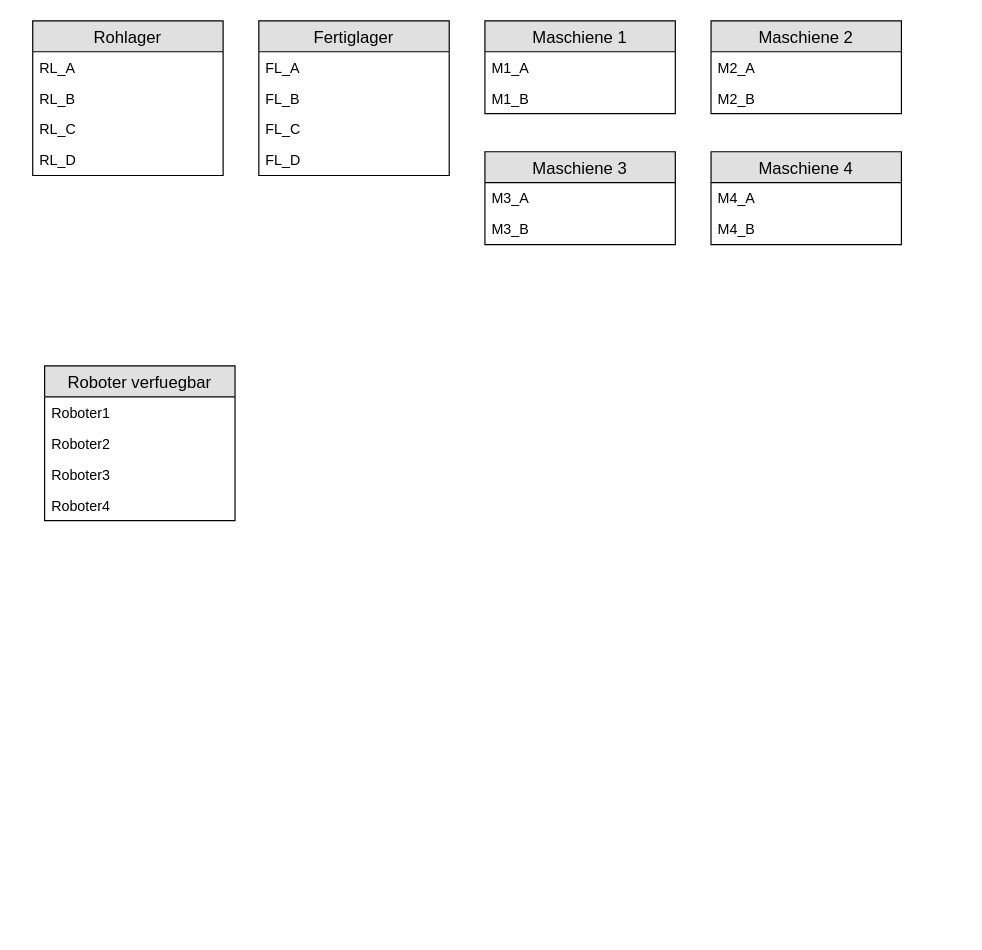
Earlier version of the draw.io diagram page "Page-2" (2 of 2) of Planung/ER_diagramme.drawio (Nuramon4/Gewerk1). Source tidied: cells renumbered, new cells numbered last; positions are measured from the earlier drawing's top-left corner, leaving out a move shared by most shapes. Both pictures are drawn from the tidied source at 119%, with x=0, y=0 at pixel (32, 20).
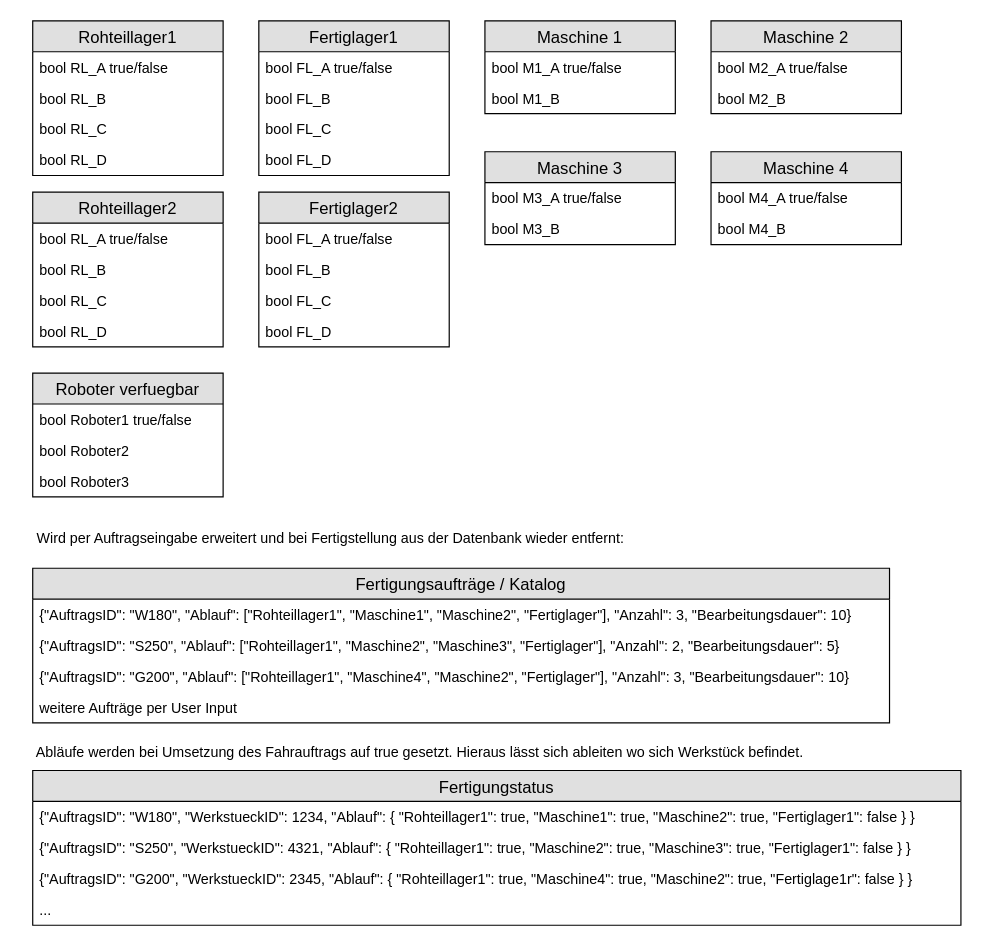
After the change.

Commit message (it also covers changes not shown here):
alternatives KLD hinzugefpgt, Fahraufträge einzeln, ER-Diagramm erweitert, sontige Anpassungen

Change to the diagram source:
```diff
@@
-    <mxCell id="2" value="Rohlager" style="swimlane;fontStyle=0;horizontal=1;startSize=26;fillColor=#e0e0e0;swimlaneFillColor=#ffffff;align=center;fontSize=14;" parent="1" vertex="1">
+    <mxCell id="2" value="Rohteillager1" style="swimlane;fontStyle=0;horizontal=1;startSize=26;fillColor=#e0e0e0;swimlaneFillColor=#ffffff;align=center;fontSize=14;" parent="1" vertex="1">
       <mxGeometry width="160" height="130" as="geometry" />
     </mxCell>
-    <mxCell id="3" value="RL_A" style="text;strokeColor=none;fillColor=none;spacingLeft=4;spacingRight=4;overflow=hidden;fontSize=12;" parent="2" vertex="1">
+    <mxCell id="3" value="bool RL_A true/false" style="text;strokeColor=none;fillColor=none;spacingLeft=4;spacingRight=4;overflow=hidden;fontSize=12;" parent="2" vertex="1">
       <mxGeometry y="26" width="160" height="26" as="geometry" />
     </mxCell>
-    <mxCell id="4" value="RL_B" style="text;strokeColor=none;fillColor=none;spacingLeft=4;spacingRight=4;overflow=hidden;fontSize=12;" parent="2" vertex="1">
+    <mxCell id="4" value="bool RL_B" style="text;strokeColor=none;fillColor=none;spacingLeft=4;spacingRight=4;overflow=hidden;fontSize=12;" parent="2" vertex="1">
       <mxGeometry y="52" width="160" height="26" as="geometry" />
     </mxCell>
-    <mxCell id="5" value="RL_C" style="text;strokeColor=none;fillColor=none;spacingLeft=4;spacingRight=4;overflow=hidden;fontSize=12;" parent="2" vertex="1">
+    <mxCell id="5" value="bool RL_C" style="text;strokeColor=none;fillColor=none;spacingLeft=4;spacingRight=4;overflow=hidden;fontSize=12;" parent="2" vertex="1">
       <mxGeometry y="78" width="160" height="26" as="geometry" />
     </mxCell>
-    <mxCell id="6" value="RL_D" style="text;strokeColor=none;fillColor=none;spacingLeft=4;spacingRight=4;overflow=hidden;fontSize=12;" parent="2" vertex="1">
+    <mxCell id="6" value="bool RL_D" style="text;strokeColor=none;fillColor=none;spacingLeft=4;spacingRight=4;overflow=hidden;fontSize=12;" parent="2" vertex="1">
       <mxGeometry y="104" width="160" height="26" as="geometry" />
     </mxCell>
-    <mxCell id="7" value="Fertiglager" style="swimlane;fontStyle=0;horizontal=1;startSize=26;fillColor=#e0e0e0;swimlaneFillColor=#ffffff;align=center;fontSize=14;" parent="1" vertex="1">
+    <mxCell id="7" value="Fertiglager1" style="swimlane;fontStyle=0;horizontal=1;startSize=26;fillColor=#e0e0e0;swimlaneFillColor=#ffffff;align=center;fontSize=14;" parent="1" vertex="1">
       <mxGeometry x="190" width="160" height="130" as="geometry" />
     </mxCell>
-    <mxCell id="8" value="FL_A" style="text;strokeColor=none;fillColor=none;spacingLeft=4;spacingRight=4;overflow=hidden;fontSize=12;" parent="7" vertex="1">
+    <mxCell id="8" value="bool FL_A true/false" style="text;strokeColor=none;fillColor=none;spacingLeft=4;spacingRight=4;overflow=hidden;fontSize=12;" parent="7" vertex="1">
       <mxGeometry y="26" width="160" height="26" as="geometry" />
     </mxCell>
-    <mxCell id="9" value="FL_B" style="text;strokeColor=none;fillColor=none;spacingLeft=4;spacingRight=4;overflow=hidden;fontSize=12;" parent="7" vertex="1">
+    <mxCell id="9" value="bool FL_B" style="text;strokeColor=none;fillColor=none;spacingLeft=4;spacingRight=4;overflow=hidden;fontSize=12;" parent="7" vertex="1">
       <mxGeometry y="52" width="160" height="26" as="geometry" />
     </mxCell>
-    <mxCell id="10" value="FL_C" style="text;strokeColor=none;fillColor=none;spacingLeft=4;spacingRight=4;overflow=hidden;fontSize=12;" parent="7" vertex="1">
+    <mxCell id="10" value="bool FL_C" style="text;strokeColor=none;fillColor=none;spacingLeft=4;spacingRight=4;overflow=hidden;fontSize=12;" parent="7" vertex="1">
       <mxGeometry y="78" width="160" height="26" as="geometry" />
     </mxCell>
-    <mxCell id="11" value="FL_D" style="text;strokeColor=none;fillColor=none;spacingLeft=4;spacingRight=4;overflow=hidden;fontSize=12;" parent="7" vertex="1">
+    <mxCell id="11" value="bool FL_D" style="text;strokeColor=none;fillColor=none;spacingLeft=4;spacingRight=4;overflow=hidden;fontSize=12;" parent="7" vertex="1">
       <mxGeometry y="104" width="160" height="26" as="geometry" />
     </mxCell>
-    <mxCell id="12" value="Maschiene 1" style="swimlane;fontStyle=0;horizontal=1;startSize=26;fillColor=#e0e0e0;swimlaneFillColor=#ffffff;align=center;fontSize=14;" parent="1" vertex="1">
+    <mxCell id="12" value="Maschine 1" style="swimlane;fontStyle=0;horizontal=1;startSize=26;fillColor=#e0e0e0;swimlaneFillColor=#ffffff;align=center;fontSize=14;" parent="1" vertex="1">
       <mxGeometry x="380" width="160" height="78" as="geometry" />
     </mxCell>
-    <mxCell id="13" value="M1_A" style="text;strokeColor=none;fillColor=none;spacingLeft=4;spacingRight=4;overflow=hidden;fontSize=12;" parent="12" vertex="1">
+    <mxCell id="13" value="bool M1_A true/false" style="text;strokeColor=none;fillColor=none;spacingLeft=4;spacingRight=4;overflow=hidden;fontSize=12;" parent="12" vertex="1">
       <mxGeometry y="26" width="160" height="26" as="geometry" />
     </mxCell>
-    <mxCell id="14" value="M1_B" style="text;strokeColor=none;fillColor=none;spacingLeft=4;spacingRight=4;overflow=hidden;fontSize=12;" parent="12" vertex="1">
+    <mxCell id="14" value="bool M1_B" style="text;strokeColor=none;fillColor=none;spacingLeft=4;spacingRight=4;overflow=hidden;fontSize=12;" parent="12" vertex="1">
       <mxGeometry y="52" width="160" height="26" as="geometry" />
     </mxCell>
-    <mxCell id="15" value="Maschiene 2" style="swimlane;fontStyle=0;horizontal=1;startSize=26;fillColor=#e0e0e0;swimlaneFillColor=#ffffff;align=center;fontSize=14;" parent="1" vertex="1">
+    <mxCell id="15" value="Maschine 2" style="swimlane;fontStyle=0;horizontal=1;startSize=26;fillColor=#e0e0e0;swimlaneFillColor=#ffffff;align=center;fontSize=14;" parent="1" vertex="1">
       <mxGeometry x="570" width="160" height="78" as="geometry" />
     </mxCell>
-    <mxCell id="16" value="M2_A" style="text;strokeColor=none;fillColor=none;spacingLeft=4;spacingRight=4;overflow=hidden;fontSize=12;" parent="15" vertex="1">
+    <mxCell id="16" value="bool M2_A true/false" style="text;strokeColor=none;fillColor=none;spacingLeft=4;spacingRight=4;overflow=hidden;fontSize=12;" parent="15" vertex="1">
       <mxGeometry y="26" width="160" height="26" as="geometry" />
     </mxCell>
-    <mxCell id="17" value="M2_B" style="text;strokeColor=none;fillColor=none;spacingLeft=4;spacingRight=4;overflow=hidden;fontSize=12;" parent="15" vertex="1">
+    <mxCell id="17" value="bool M2_B" style="text;strokeColor=none;fillColor=none;spacingLeft=4;spacingRight=4;overflow=hidden;fontSize=12;" parent="15" vertex="1">
       <mxGeometry y="52" width="160" height="26" as="geometry" />
     </mxCell>
-    <mxCell id="18" value="Maschiene 3" style="swimlane;fontStyle=0;horizontal=1;startSize=26;fillColor=#e0e0e0;swimlaneFillColor=#ffffff;align=center;fontSize=14;" parent="1" vertex="1">
+    <mxCell id="18" value="Maschine 3" style="swimlane;fontStyle=0;horizontal=1;startSize=26;fillColor=#e0e0e0;swimlaneFillColor=#ffffff;align=center;fontSize=14;" parent="1" vertex="1">
       <mxGeometry x="380" y="110" width="160" height="78" as="geometry" />
     </mxCell>
-    <mxCell id="19" value="M3_A" style="text;strokeColor=none;fillColor=none;spacingLeft=4;spacingRight=4;overflow=hidden;fontSize=12;" parent="18" vertex="1">
+    <mxCell id="19" value="bool M3_A true/false" style="text;strokeColor=none;fillColor=none;spacingLeft=4;spacingRight=4;overflow=hidden;fontSize=12;" parent="18" vertex="1">
       <mxGeometry y="26" width="160" height="26" as="geometry" />
     </mxCell>
-    <mxCell id="20" value="M3_B" style="text;strokeColor=none;fillColor=none;spacingLeft=4;spacingRight=4;overflow=hidden;fontSize=12;" parent="18" vertex="1">
+    <mxCell id="20" value="bool M3_B" style="text;strokeColor=none;fillColor=none;spacingLeft=4;spacingRight=4;overflow=hidden;fontSize=12;" parent="18" vertex="1">
       <mxGeometry y="52" width="160" height="26" as="geometry" />
     </mxCell>
-    <mxCell id="21" value="Maschiene 4" style="swimlane;fontStyle=0;horizontal=1;startSize=26;fillColor=#e0e0e0;swimlaneFillColor=#ffffff;align=center;fontSize=14;" parent="1" vertex="1">
+    <mxCell id="21" value="Maschine 4" style="swimlane;fontStyle=0;horizontal=1;startSize=26;fillColor=#e0e0e0;swimlaneFillColor=#ffffff;align=center;fontSize=14;" parent="1" vertex="1">
       <mxGeometry x="570" y="110" width="160" height="78" as="geometry" />
     </mxCell>
-    <mxCell id="22" value="M4_A" style="text;strokeColor=none;fillColor=none;spacingLeft=4;spacingRight=4;overflow=hidden;fontSize=12;" parent="21" vertex="1">
+    <mxCell id="22" value="bool M4_A true/false" style="text;strokeColor=none;fillColor=none;spacingLeft=4;spacingRight=4;overflow=hidden;fontSize=12;" parent="21" vertex="1">
       <mxGeometry y="26" width="160" height="26" as="geometry" />
     </mxCell>
-    <mxCell id="23" value="M4_B" style="text;strokeColor=none;fillColor=none;spacingLeft=4;spacingRight=4;overflow=hidden;fontSize=12;" parent="21" vertex="1">
+    <mxCell id="23" value="bool M4_B" style="text;strokeColor=none;fillColor=none;spacingLeft=4;spacingRight=4;overflow=hidden;fontSize=12;" parent="21" vertex="1">
       <mxGeometry y="52" width="160" height="26" as="geometry" />
     </mxCell>
     <mxCell id="24" value="Roboter verfuegbar" style="swimlane;fontStyle=0;horizontal=1;startSize=26;fillColor=#e0e0e0;swimlaneFillColor=#ffffff;align=center;fontSize=14;" parent="1" vertex="1">
-      <mxGeometry x="10" y="290" width="160" height="130" as="geometry" />
+      <mxGeometry y="296" width="160" height="104" as="geometry" />
     </mxCell>
-    <mxCell id="25" value="Roboter1" style="text;strokeColor=none;fillColor=none;spacingLeft=4;spacingRight=4;overflow=hidden;fontSize=12;" parent="24" vertex="1">
+    <mxCell id="25" value="bool Roboter1 true/false" style="text;strokeColor=none;fillColor=none;spacingLeft=4;spacingRight=4;overflow=hidden;fontSize=12;" parent="24" vertex="1">
       <mxGeometry y="26" width="160" height="26" as="geometry" />
     </mxCell>
-    <mxCell id="26" value="Roboter2" style="text;strokeColor=none;fillColor=none;spacingLeft=4;spacingRight=4;overflow=hidden;fontSize=12;" parent="24" vertex="1">
+    <mxCell id="26" value="bool Roboter2" style="text;strokeColor=none;fillColor=none;spacingLeft=4;spacingRight=4;overflow=hidden;fontSize=12;" parent="24" vertex="1">
       <mxGeometry y="52" width="160" height="26" as="geometry" />
     </mxCell>
-    <mxCell id="27" value="Roboter3" style="text;strokeColor=none;fillColor=none;spacingLeft=4;spacingRight=4;overflow=hidden;fontSize=12;" parent="24" vertex="1">
-      <mxGeometry y="78" width="160" height="26" as="geometry" />
-    </mxCell>
-    <mxCell id="28" value="Roboter4&#10;" style="text;strokeColor=none;fillColor=none;spacingLeft=4;spacingRight=4;overflow=hidden;fontSize=12;" parent="24" vertex="1">
-      <mxGeometry y="104" width="160" height="26" as="geometry" />
+    <mxCell id="28" value="bool Roboter3" style="text;strokeColor=none;fillColor=none;spacingLeft=4;spacingRight=4;overflow=hidden;fontSize=12;" parent="24" vertex="1">
+      <mxGeometry y="78" width="160" height="26" as="geometry" />
     </mxCell>
+    <mxCell id="29" value="Fertigungsaufträge / Katalog" style="swimlane;fontStyle=0;horizontal=1;startSize=26;fillColor=#e0e0e0;swimlaneFillColor=#ffffff;align=center;fontSize=14;" parent="1" vertex="1">
+      <mxGeometry y="460" width="720" height="130" as="geometry" />
+    </mxCell>
+    <mxCell id="30" value="{&quot;AuftragsID&quot;: &quot;W180&quot;, &quot;Ablauf&quot;: [&quot;Rohteillager1&quot;, &quot;Maschine1&quot;, &quot;Maschine2&quot;, &quot;Fertiglager&quot;], &quot;Anzahl&quot;: 3, &quot;Bearbeitungsdauer&quot;: 10}" style="text;strokeColor=none;fillColor=none;spacingLeft=4;spacingRight=4;overflow=hidden;fontSize=12;" parent="29" vertex="1">
+      <mxGeometry y="26" width="720" height="26" as="geometry" />
+    </mxCell>
+    <mxCell id="31" value="{&quot;AuftragsID&quot;: &quot;S250&quot;, &quot;Ablauf&quot;: [&quot;Rohteillager1&quot;, &quot;Maschine2&quot;, &quot;Maschine3&quot;, &quot;Fertiglager&quot;], &quot;Anzahl&quot;: 2, &quot;Bearbeitungsdauer&quot;: 5}" style="text;strokeColor=none;fillColor=none;spacingLeft=4;spacingRight=4;overflow=hidden;fontSize=12;" parent="29" vertex="1">
+      <mxGeometry y="52" width="720" height="26" as="geometry" />
+    </mxCell>
+    <mxCell id="32" value="{&quot;AuftragsID&quot;: &quot;G200&quot;, &quot;Ablauf&quot;: [&quot;Rohteillager1&quot;, &quot;Maschine4&quot;, &quot;Maschine2&quot;, &quot;Fertiglager&quot;], &quot;Anzahl&quot;: 3, &quot;Bearbeitungsdauer&quot;: 10}" style="text;strokeColor=none;fillColor=none;spacingLeft=4;spacingRight=4;overflow=hidden;fontSize=12;" parent="29" vertex="1">
+      <mxGeometry y="78" width="720" height="26" as="geometry" />
+    </mxCell>
+    <mxCell id="33" value="weitere Aufträge per User Input" style="text;strokeColor=none;fillColor=none;spacingLeft=4;spacingRight=4;overflow=hidden;fontSize=12;" parent="29" vertex="1">
+      <mxGeometry y="104" width="720" height="26" as="geometry" />
+    </mxCell>
+    <mxCell id="34" value="Wird per Auftragseingabe erweitert und bei Fertigstellung aus der Datenbank wieder entfernt:" style="text;html=1;align=center;verticalAlign=middle;strokeColor=none;fillColor=none;" parent="1" vertex="1">
+      <mxGeometry x="-10" y="420" width="520" height="30" as="geometry" />
+    </mxCell>
+    <mxCell id="35" value="Rohteillager2" style="swimlane;fontStyle=0;horizontal=1;startSize=26;fillColor=#e0e0e0;swimlaneFillColor=#ffffff;align=center;fontSize=14;" parent="1" vertex="1">
+      <mxGeometry y="144" width="160" height="130" as="geometry" />
+    </mxCell>
+    <mxCell id="36" value="bool RL_A true/false" style="text;strokeColor=none;fillColor=none;spacingLeft=4;spacingRight=4;overflow=hidden;fontSize=12;" parent="35" vertex="1">
+      <mxGeometry y="26" width="160" height="26" as="geometry" />
+    </mxCell>
+    <mxCell id="37" value="bool RL_B" style="text;strokeColor=none;fillColor=none;spacingLeft=4;spacingRight=4;overflow=hidden;fontSize=12;" parent="35" vertex="1">
+      <mxGeometry y="52" width="160" height="26" as="geometry" />
+    </mxCell>
+    <mxCell id="38" value="bool RL_C" style="text;strokeColor=none;fillColor=none;spacingLeft=4;spacingRight=4;overflow=hidden;fontSize=12;" parent="35" vertex="1">
+      <mxGeometry y="78" width="160" height="26" as="geometry" />
+    </mxCell>
+    <mxCell id="39" value="bool RL_D" style="text;strokeColor=none;fillColor=none;spacingLeft=4;spacingRight=4;overflow=hidden;fontSize=12;" parent="35" vertex="1">
+      <mxGeometry y="104" width="160" height="26" as="geometry" />
+    </mxCell>
+    <mxCell id="40" value="Fertiglager2" style="swimlane;fontStyle=0;horizontal=1;startSize=26;fillColor=#e0e0e0;swimlaneFillColor=#ffffff;align=center;fontSize=14;" parent="1" vertex="1">
+      <mxGeometry x="190" y="144" width="160" height="130" as="geometry" />
+    </mxCell>
+    <mxCell id="41" value="bool FL_A true/false" style="text;strokeColor=none;fillColor=none;spacingLeft=4;spacingRight=4;overflow=hidden;fontSize=12;" parent="40" vertex="1">
+      <mxGeometry y="26" width="160" height="26" as="geometry" />
+    </mxCell>
+    <mxCell id="42" value="bool FL_B" style="text;strokeColor=none;fillColor=none;spacingLeft=4;spacingRight=4;overflow=hidden;fontSize=12;" parent="40" vertex="1">
+      <mxGeometry y="52" width="160" height="26" as="geometry" />
+    </mxCell>
+    <mxCell id="43" value="bool FL_C" style="text;strokeColor=none;fillColor=none;spacingLeft=4;spacingRight=4;overflow=hidden;fontSize=12;" parent="40" vertex="1">
+      <mxGeometry y="78" width="160" height="26" as="geometry" />
+    </mxCell>
+    <mxCell id="44" value="bool FL_D" style="text;strokeColor=none;fillColor=none;spacingLeft=4;spacingRight=4;overflow=hidden;fontSize=12;" parent="40" vertex="1">
+      <mxGeometry y="104" width="160" height="26" as="geometry" />
+    </mxCell>
+    <mxCell id="45" value="Fertigungstatus" style="swimlane;fontStyle=0;horizontal=1;startSize=26;fillColor=#e0e0e0;swimlaneFillColor=#ffffff;align=center;fontSize=14;" parent="1" vertex="1">
+      <mxGeometry y="630" width="780" height="130" as="geometry" />
+    </mxCell>
+    <mxCell id="46" value="{&quot;AuftragsID&quot;: &quot;W180&quot;, &quot;WerkstueckID&quot;: 1234, &quot;Ablauf&quot;: { &quot;Rohteillager1&quot;: true, &quot;Maschine1&quot;: true, &quot;Maschine2&quot;: true, &quot;Fertiglager1&quot;: false } }" style="text;strokeColor=none;fillColor=none;spacingLeft=4;spacingRight=4;overflow=hidden;fontSize=12;" parent="45" vertex="1">
+      <mxGeometry y="26" width="780" height="26" as="geometry" />
+    </mxCell>
+    <mxCell id="47" value="{&quot;AuftragsID&quot;: &quot;S250&quot;, &quot;WerkstueckID&quot;: 4321, &quot;Ablauf&quot;: { &quot;Rohteillager1&quot;: true, &quot;Maschine2&quot;: true, &quot;Maschine3&quot;: true, &quot;Fertiglager1&quot;: false } }" style="text;strokeColor=none;fillColor=none;spacingLeft=4;spacingRight=4;overflow=hidden;fontSize=12;" parent="45" vertex="1">
+      <mxGeometry y="52" width="780" height="26" as="geometry" />
+    </mxCell>
+    <mxCell id="48" value="{&quot;AuftragsID&quot;: &quot;G200&quot;, &quot;WerkstueckID&quot;: 2345, &quot;Ablauf&quot;: { &quot;Rohteillager1&quot;: true, &quot;Maschine4&quot;: true, &quot;Maschine2&quot;: true, &quot;Fertiglage1r&quot;: false } }" style="text;strokeColor=none;fillColor=none;spacingLeft=4;spacingRight=4;overflow=hidden;fontSize=12;" parent="45" vertex="1">
+      <mxGeometry y="78" width="780" height="26" as="geometry" />
+    </mxCell>
+    <mxCell id="49" value="..." style="text;strokeColor=none;fillColor=none;spacingLeft=4;spacingRight=4;overflow=hidden;fontSize=12;" parent="45" vertex="1">
+      <mxGeometry y="104" width="780" height="26" as="geometry" />
+    </mxCell>
+    <mxCell id="50" value="Abläufe werden bei Umsetzung des Fahrauftrags auf true gesetzt. Hieraus lässt sich ableiten wo sich Werkstück befindet." style="text;html=1;align=center;verticalAlign=middle;strokeColor=none;fillColor=none;" parent="1" vertex="1">
+      <mxGeometry x="-10" y="600" width="670" height="30" as="geometry" />
+    </mxCell>
```
